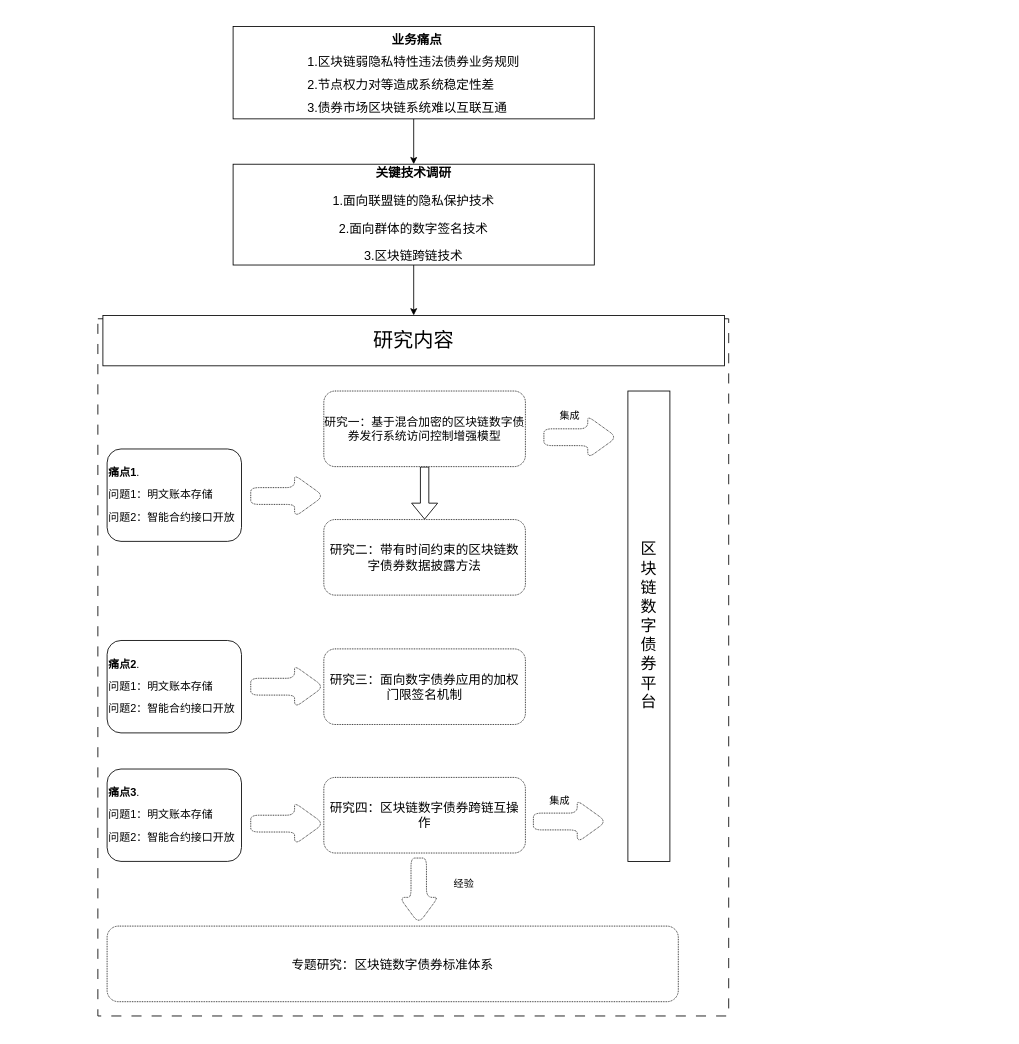
ldwaiwai/learn-chaincode keeps this draw.io diagram as 未命名绘图.drawio. Above is the earlier version. Source tidied: cells renumbered, new cells numbered last; positions are measured from the earlier drawing's top-left corner, leaving out a move shared by most shapes. Both pictures are drawn from the tidied source at 84%, with x=0, y=0 at pixel (97, 26).
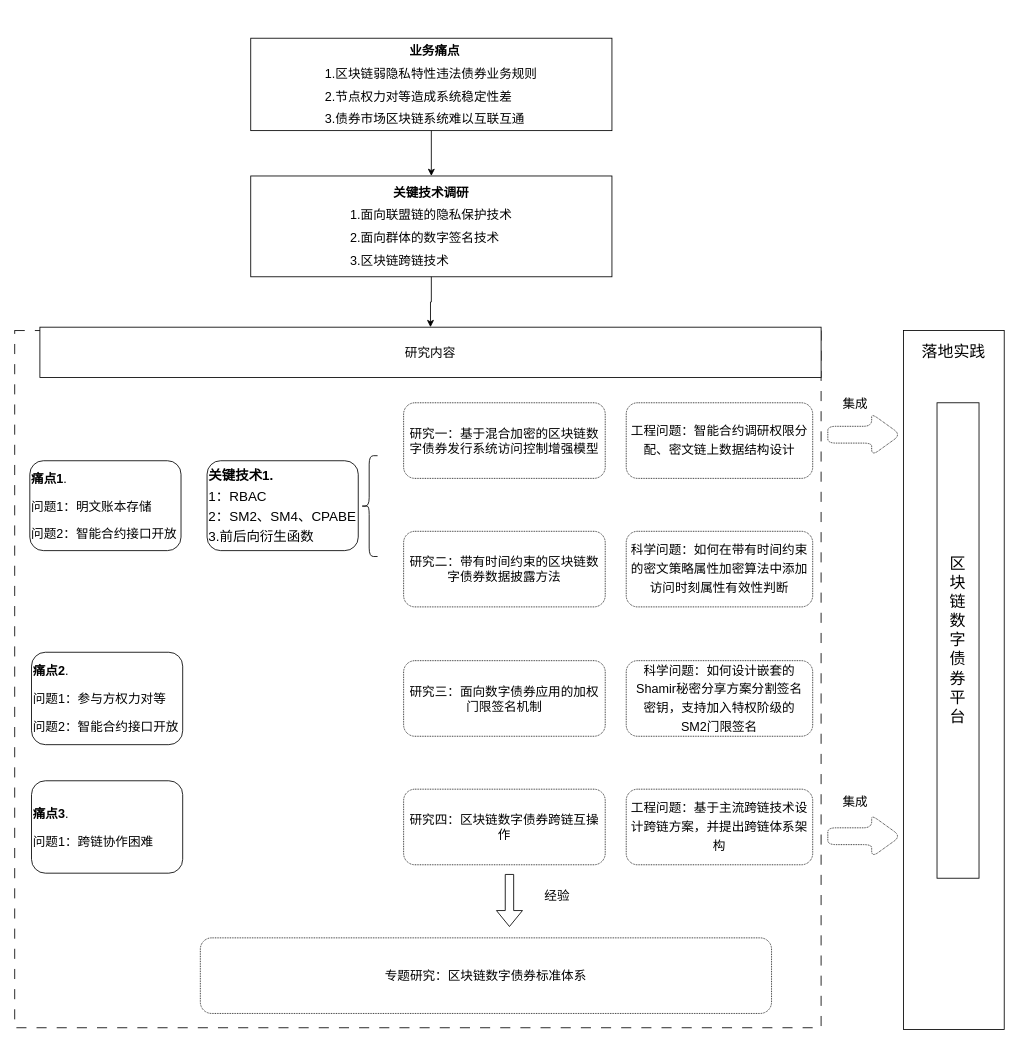
The same page after the edit.

Commit message:
更新未命名绘图.drawio

The edit, as a diff of the source:
```diff
@@
+    <mxCell id="3" value="&lt;p style=&quot;line-height: 190%;&quot;&gt;&lt;/p&gt;&lt;div style=&quot;line-height: 180%;&quot;&gt;&lt;b style=&quot;background-color: initial;&quot;&gt;&amp;nbsp; 业务痛点&lt;/b&gt;&lt;/div&gt;&lt;div style=&quot;text-align: justify; line-height: 180%;&quot;&gt;&lt;span style=&quot;background-color: initial;&quot;&gt;1.区块链弱隐私特性违法债券业务规则&lt;/span&gt;&lt;/div&gt;&lt;div style=&quot;text-align: justify; line-height: 180%;&quot;&gt;&lt;span style=&quot;background-color: initial;&quot;&gt;2.节点权力对等造成系统稳定性差&lt;/span&gt;&lt;/div&gt;&lt;div style=&quot;text-align: justify; line-height: 180%;&quot;&gt;&lt;span style=&quot;background-color: initial;&quot;&gt;3.债券市场区块链系统难以互联互通&lt;/span&gt;&lt;/div&gt;&lt;p&gt;&lt;/p&gt;" style="rounded=0;whiteSpace=wrap;html=1;align=center;fontSize=15;spacing=6;" parent="1" vertex="1">
+      <mxGeometry x="182" y="14" width="430" height="110" as="geometry" />
+    </mxCell>
+    <mxCell id="5" value="&lt;p style=&quot;line-height: 80%; font-size: 15px;&quot;&gt;&lt;font style=&quot;font-size: 15px;&quot;&gt;&lt;b style=&quot;font-size: 15px;&quot;&gt;关键技术调研&lt;/b&gt;&lt;/font&gt;&lt;/p&gt;&lt;p style=&quot;text-align: justify; line-height: 80%; font-size: 15px;&quot;&gt;&lt;span style=&quot;background-color: initial; font-size: 15px;&quot;&gt;1.面向联盟链的隐私保护技术&lt;/span&gt;&lt;/p&gt;&lt;p style=&quot;text-align: justify; line-height: 80%; font-size: 15px;&quot;&gt;&lt;span style=&quot;background-color: initial; font-size: 15px;&quot;&gt;2.面向群体的数字签名技术&lt;/span&gt;&lt;/p&gt;&lt;p style=&quot;text-align: justify; line-height: 80%; font-size: 15px;&quot;&gt;&lt;span style=&quot;background-color: initial;&quot;&gt;3.区块链跨链技术&lt;/span&gt;&lt;/p&gt;&lt;p style=&quot;font-size: 15px;&quot;&gt;&lt;/p&gt;" style="rounded=0;whiteSpace=wrap;html=1;fontSize=15;spacing=-2;align=center;" parent="1" vertex="1">
+      <mxGeometry x="182" y="178" width="430" height="120" as="geometry" />
+    </mxCell>
@@
-    <mxCell id="3" value="&lt;p style=&quot;line-height: 190%;&quot;&gt;&lt;/p&gt;&lt;div style=&quot;line-height: 180%;&quot;&gt;&lt;b style=&quot;background-color: initial;&quot;&gt;&amp;nbsp; 业务痛点&lt;/b&gt;&lt;/div&gt;&lt;div style=&quot;text-align: justify; line-height: 180%;&quot;&gt;&lt;span style=&quot;background-color: initial;&quot;&gt;1.区块链弱隐私特性违法债券业务规则&lt;/span&gt;&lt;/div&gt;&lt;div style=&quot;text-align: justify; line-height: 180%;&quot;&gt;&lt;span style=&quot;background-color: initial;&quot;&gt;2.节点权力对等造成系统稳定性差&lt;/span&gt;&lt;/div&gt;&lt;div style=&quot;text-align: justify; line-height: 180%;&quot;&gt;&lt;span style=&quot;background-color: initial;&quot;&gt;3.债券市场区块链系统难以互联互通&lt;/span&gt;&lt;/div&gt;&lt;p&gt;&lt;/p&gt;" style="rounded=0;whiteSpace=wrap;html=1;align=center;fontSize=15;spacing=6;" parent="1" vertex="1">
-      <mxGeometry x="161" width="430" height="110" as="geometry" />
-    </mxCell>
-    <mxCell id="4" style="edgeStyle=orthogonalEdgeStyle;rounded=0;jettySize=auto;html=1;" parent="1" edge="1" source="5" target="7">
-      <mxGeometry relative="1" as="geometry" />
-    </mxCell>
-    <mxCell id="5" value="&lt;p style=&quot;line-height: 120%;&quot;&gt;&lt;font style=&quot;font-size: 15px;&quot;&gt;&lt;b&gt;关键技术调研&lt;/b&gt;&lt;/font&gt;&lt;/p&gt;&lt;p style=&quot;line-height: 120%;&quot;&gt;&lt;span style=&quot;background-color: initial;&quot;&gt;1.面向联盟链的隐私保护技术&lt;/span&gt;&lt;/p&gt;&lt;p style=&quot;line-height: 120%;&quot;&gt;&lt;span style=&quot;background-color: initial; text-align: justify;&quot;&gt;2.面向群体的数字签名技术&lt;/span&gt;&lt;/p&gt;&lt;p style=&quot;line-height: 120%;&quot;&gt;&lt;span style=&quot;background-color: initial; text-align: justify;&quot;&gt;3.区块链跨链技术&lt;/span&gt;&lt;/p&gt;&lt;p&gt;&lt;/p&gt;" style="rounded=0;whiteSpace=wrap;html=1;fontSize=15;" parent="1" vertex="1">
-      <mxGeometry x="161" y="164" width="430" height="120" as="geometry" />
-    </mxCell>
-    <mxCell id="6" style="rounded=0;whiteSpace=wrap;html=1;dashed=1;dashPattern=12 12;" parent="1" vertex="1">
-      <mxGeometry y="348" width="751" height="830" as="geometry" />
+    <mxCell id="6" style="rounded=0;whiteSpace=wrap;html=1;dashed=1;dashPattern=12 12;fontSize=15;" parent="1" vertex="1">
+      <mxGeometry x="-99" y="362" width="960" height="830" as="geometry" />
     </mxCell>
-    <mxCell id="7" value="&lt;font style=&quot;font-size: 24px;&quot;&gt;研究内容&lt;/font&gt;" style="rounded=0;whiteSpace=wrap;html=1;" parent="1" vertex="1">
-      <mxGeometry x="6" y="344" width="740" height="60" as="geometry" />
+    <mxCell id="7" value="&lt;font style=&quot;font-size: 15px;&quot;&gt;研究内容&lt;/font&gt;" style="rounded=0;whiteSpace=wrap;html=1;fontSize=15;" parent="1" vertex="1">
+      <mxGeometry x="-69" y="358" width="930" height="60" as="geometry" />
     </mxCell>
-    <mxCell id="8" style="shape=flexArrow;endArrow=classic;html=1;rounded=0;exitX=0.5;exitY=1;exitDx=0;exitDy=0;" parent="1" edge="1" source="9" target="10">
-      <mxGeometry relative="1" as="geometry" />
-    </mxCell>
+    <mxCell id="4" style="edgeStyle=orthogonalEdgeStyle;rounded=0;jettySize=auto;html=1;fontSize=15;" parent="1" edge="1" source="5" target="7">
+      <mxGeometry relative="1" as="geometry" />
+    </mxCell>
-    <mxCell id="9" value="研究一：基于混合加密的区块链数字债券发行系统访问控制增强模型" style="rounded=1;whiteSpace=wrap;html=1;dashed=1;dashPattern=1 1;fontSize=14;" parent="1" vertex="1">
-      <mxGeometry x="269" y="434" width="240" height="90" as="geometry" />
+    <mxCell id="9" value="研究一：基于混合加密的区块链数字债券发行系统访问控制增强模型" style="rounded=1;whiteSpace=wrap;html=1;dashed=1;dashPattern=1 1;fontSize=15;" parent="1" vertex="1">
+      <mxGeometry x="364" y="448" width="240" height="90" as="geometry" />
     </mxCell>
     <mxCell id="10" value="研究二：带有时间约束的区块链数字债券数据披露方法" style="rounded=1;whiteSpace=wrap;html=1;dashed=1;dashPattern=1 1;fontSize=15;" parent="1" vertex="1">
-      <mxGeometry x="269" y="587" width="240" height="90" as="geometry" />
+      <mxGeometry x="364" y="601" width="240" height="90" as="geometry" />
     </mxCell>
+    <mxCell id="8" style="shape=flexArrow;endArrow=classic;html=1;rounded=0;exitX=0.5;exitY=1;exitDx=0;exitDy=0;fontSize=15;" parent="1" edge="1">
+      <mxGeometry relative="1" as="geometry">
+        <mxPoint x="490" y="1009" as="sourcePoint" />
+        <mxPoint x="490" y="1072" as="targetPoint" />
+      </mxGeometry>
+    </mxCell>
     <mxCell id="11" value="研究三：面向数字债券应用的加权门限签名机制" style="rounded=1;whiteSpace=wrap;html=1;dashed=1;dashPattern=1 1;fontSize=15;" parent="1" vertex="1">
-      <mxGeometry x="269" y="741" width="240" height="90" as="geometry" />
+      <mxGeometry x="364" y="755" width="240" height="90" as="geometry" />
     </mxCell>
     <mxCell id="12" value="研究四：区块链数字债券跨链互操作" style="rounded=1;whiteSpace=wrap;html=1;dashed=1;dashPattern=1 1;fontSize=15;" parent="1" vertex="1">
-      <mxGeometry x="269" y="894" width="240" height="90" as="geometry" />
+      <mxGeometry x="364" y="908" width="240" height="90" as="geometry" />
     </mxCell>
-    <mxCell id="13" value="&lt;p style=&quot;line-height: 220%;&quot;&gt;&lt;font style=&quot;font-size: 13px;&quot;&gt;&lt;b&gt;痛点1&lt;/b&gt;.&lt;br&gt;问题1：明文账本存储&lt;br&gt;问题2：智能合约接口开放&lt;/font&gt;&lt;/p&gt;" style="rounded=1;whiteSpace=wrap;html=1;align=left;" parent="1" vertex="1">
-      <mxGeometry x="11" y="503" width="160" height="110" as="geometry" />
+    <mxCell id="13" value="&lt;p style=&quot;line-height: 220%; font-size: 15px;&quot;&gt;&lt;font style=&quot;font-size: 15px;&quot;&gt;&lt;b style=&quot;font-size: 15px;&quot;&gt;痛点1&lt;/b&gt;.&lt;br style=&quot;font-size: 15px;&quot;&gt;问题1：明文账本存储&lt;br style=&quot;font-size: 15px;&quot;&gt;问题2：智能合约接口开放&lt;/font&gt;&lt;/p&gt;" style="rounded=1;whiteSpace=wrap;html=1;align=left;fontSize=15;" parent="1" vertex="1">
+      <mxGeometry x="-81" y="517" width="180" height="107" as="geometry" />
     </mxCell>
     <mxCell id="14" value="&lt;font style=&quot;font-size: 19px;&quot;&gt;区&lt;br&gt;块&lt;br&gt;链&lt;br&gt;数&lt;br&gt;字&lt;br&gt;债&lt;br&gt;券&lt;br&gt;平&lt;br&gt;台&lt;/font&gt;" style="rounded=0;whiteSpace=wrap;html=1;" parent="1" vertex="1">
-      <mxGeometry x="631" y="434" width="50" height="560" as="geometry" />
+      <mxGeometry x="999" y="448" width="50" height="566" as="geometry" />
     </mxCell>
-    <mxCell id="15" value="&lt;p style=&quot;line-height: 220%;&quot;&gt;&lt;font style=&quot;font-size: 13px;&quot;&gt;&lt;b&gt;痛点2&lt;/b&gt;.&lt;br&gt;问题1：明文账本存储&lt;br&gt;问题2：智能合约接口开放&lt;/font&gt;&lt;/p&gt;" style="rounded=1;whiteSpace=wrap;html=1;align=left;" parent="1" vertex="1">
-      <mxGeometry x="11" y="731" width="160" height="110" as="geometry" />
+    <mxCell id="15" value="&lt;p style=&quot;line-height: 220%; font-size: 15px;&quot;&gt;&lt;font style=&quot;font-size: 15px;&quot;&gt;&lt;b style=&quot;font-size: 15px;&quot;&gt;痛点2&lt;/b&gt;.&lt;br style=&quot;font-size: 15px;&quot;&gt;问题1：参与方权力对等&lt;br style=&quot;font-size: 15px;&quot;&gt;问题2：智能合约接口开放&lt;/font&gt;&lt;/p&gt;" style="rounded=1;whiteSpace=wrap;html=1;align=left;fontSize=15;" parent="1" vertex="1">
+      <mxGeometry x="-79" y="745" width="180" height="110" as="geometry" />
     </mxCell>
-    <mxCell id="16" value="&lt;p style=&quot;line-height: 220%;&quot;&gt;&lt;font style=&quot;font-size: 13px;&quot;&gt;&lt;b&gt;痛点3&lt;/b&gt;.&lt;br&gt;问题1：明文账本存储&lt;br&gt;问题2：智能合约接口开放&lt;/font&gt;&lt;/p&gt;" style="rounded=1;whiteSpace=wrap;html=1;align=left;" parent="1" vertex="1">
-      <mxGeometry x="11" y="884" width="160" height="110" as="geometry" />
+    <mxCell id="16" value="&lt;p style=&quot;line-height: 220%; font-size: 15px;&quot;&gt;&lt;font style=&quot;font-size: 15px;&quot;&gt;&lt;b style=&quot;font-size: 15px;&quot;&gt;痛点3&lt;/b&gt;.&lt;br style=&quot;font-size: 15px;&quot;&gt;问题1：跨链协作困难&lt;br&gt;&lt;/font&gt;&lt;/p&gt;" style="rounded=1;whiteSpace=wrap;html=1;align=left;fontSize=15;" parent="1" vertex="1">
+      <mxGeometry x="-79" y="898" width="180" height="110" as="geometry" />
     </mxCell>
     <mxCell id="17" style="shape=singleArrow;whiteSpace=wrap;html=1;arrowWidth=0.4;arrowSize=0.4;rounded=1;dashed=1;dashPattern=1 1;" parent="1" vertex="1">
-      <mxGeometry x="531" y="464" width="87" height="50" as="geometry" />
+      <mxGeometry x="869" y="461" width="87" height="50" as="geometry" />
     </mxCell>
-    <mxCell id="18" value="集成" style="rounded=0;whiteSpace=wrap;html=1;fillColor=none;strokeColor=none;" parent="1" vertex="1">
-      <mxGeometry x="537" y="449" width="50" height="30" as="geometry" />
+    <mxCell id="18" value="集成" style="rounded=0;whiteSpace=wrap;html=1;fillColor=none;strokeColor=none;fontSize=15;" parent="1" vertex="1">
+      <mxGeometry x="876.5" y="434" width="50" height="30" as="geometry" />
     </mxCell>
-    <mxCell id="19" style="shape=singleArrow;whiteSpace=wrap;html=1;arrowWidth=0.4;arrowSize=0.4;rounded=1;dashed=1;dashPattern=1 1;" parent="1" vertex="1">
-      <mxGeometry x="182" y="534" width="87" height="50" as="geometry" />
-    </mxCell>
-    <mxCell id="20" style="shape=singleArrow;whiteSpace=wrap;html=1;arrowWidth=0.4;arrowSize=0.4;rounded=1;dashed=1;dashPattern=1 1;" parent="1" vertex="1">
-      <mxGeometry x="182" y="761" width="87" height="50" as="geometry" />
-    </mxCell>
-    <mxCell id="21" style="shape=singleArrow;whiteSpace=wrap;html=1;arrowWidth=0.4;arrowSize=0.4;rounded=1;dashed=1;dashPattern=1 1;" parent="1" vertex="1">
-      <mxGeometry x="182" y="924" width="87" height="50" as="geometry" />
-    </mxCell>
     <mxCell id="22" style="shape=singleArrow;whiteSpace=wrap;html=1;arrowWidth=0.4;arrowSize=0.4;rounded=1;dashed=1;dashPattern=1 1;" parent="1" vertex="1">
-      <mxGeometry x="518.5" y="921.5" width="87" height="50" as="geometry" />
+      <mxGeometry x="869" y="939" width="87" height="50" as="geometry" />
     </mxCell>
+    <mxCell id="24" value="&lt;font style=&quot;font-size: 15px;&quot;&gt;专题研究：区块链数字债券标准体系&lt;/font&gt;" style="rounded=1;whiteSpace=wrap;html=1;dashed=1;dashPattern=1 1;fontSize=15;" parent="1" vertex="1">
+      <mxGeometry x="122" y="1085" width="680" height="90" as="geometry" />
+    </mxCell>
+    <mxCell id="27" style="rounded=0;whiteSpace=wrap;html=1;fillColor=none;labelBorderColor=none;" parent="1" vertex="1">
+      <mxGeometry x="959" y="362" width="120" height="832" as="geometry" />
+    </mxCell>
+    <mxCell id="26" value="&lt;font style=&quot;font-size: 15px;&quot;&gt;经验&lt;/font&gt;" style="rounded=0;whiteSpace=wrap;html=1;fillColor=none;strokeColor=none;fontSize=15;" parent="1" vertex="1">
+      <mxGeometry x="522" y="1020" width="50" height="30" as="geometry" />
+    </mxCell>
+    <mxCell id="28" value="&lt;font style=&quot;font-size: 19px;&quot;&gt;落地实践&lt;/font&gt;" style="rounded=0;whiteSpace=wrap;html=1;fillColor=none;strokeColor=none;" parent="1" vertex="1">
+      <mxGeometry x="979" y="373" width="80" height="30" as="geometry" />
+    </mxCell>
-    <mxCell id="23" value="集成" style="rounded=0;whiteSpace=wrap;html=1;fillColor=none;strokeColor=none;" parent="1" vertex="1">
-      <mxGeometry x="524.5" y="906.5" width="50" height="30" as="geometry" />
+    <mxCell id="23" value="集成" style="rounded=0;whiteSpace=wrap;html=1;fillColor=none;strokeColor=none;fontSize=15;" parent="1" vertex="1">
+      <mxGeometry x="876.5" y="908" width="50" height="30" as="geometry" />
     </mxCell>
-    <mxCell id="24" value="&lt;font style=&quot;font-size: 15px;&quot;&gt;专题研究：区块链数字债券标准体系&lt;/font&gt;" style="rounded=1;whiteSpace=wrap;html=1;dashed=1;dashPattern=1 1;" parent="1" vertex="1">
-      <mxGeometry x="11" y="1071" width="680" height="90" as="geometry" />
-    </mxCell>
-    <mxCell id="25" style="shape=singleArrow;whiteSpace=wrap;html=1;arrowWidth=0.4;arrowSize=0.4;rounded=1;dashed=1;dashPattern=1 1;rotation=90;" parent="1" vertex="1">
-      <mxGeometry x="343" y="1006" width="78" height="46" as="geometry" />
-    </mxCell>
-    <mxCell id="26" value="经验" style="rounded=0;whiteSpace=wrap;html=1;fillColor=none;strokeColor=none;" parent="1" vertex="1">
-      <mxGeometry x="411" y="1006" width="50" height="30" as="geometry" />
-    </mxCell>
+    <mxCell id="29" value="&lt;p style=&quot;line-height: 150%; font-size: 15px;&quot;&gt;工程问题：智能合约调研权限分配、密文链上数据结构设计&lt;/p&gt;" style="rounded=1;whiteSpace=wrap;html=1;dashed=1;dashPattern=1 1;fontSize=15;" parent="1" vertex="1">
+      <mxGeometry x="629" y="448" width="222" height="90" as="geometry" />
+    </mxCell>
+    <mxCell id="30" value="&lt;p style=&quot;line-height: 150%; font-size: 15px;&quot;&gt;科学问题：如何在带有时间约束的密文策略属性加密算法中添加访问时刻属性有效性判断&lt;/p&gt;" style="rounded=1;whiteSpace=wrap;html=1;dashed=1;dashPattern=1 1;fontSize=15;spacing=7;" parent="1" vertex="1">
+      <mxGeometry x="629" y="601" width="222" height="90" as="geometry" />
+    </mxCell>
+    <mxCell id="31" value="&lt;p style=&quot;line-height: 150%; font-size: 15px;&quot;&gt;科学问题：如何设计嵌套的Shamir秘密分享方案分割签名密钥，支持加入特权阶级的SM2门限签名&lt;/p&gt;" style="rounded=1;whiteSpace=wrap;html=1;dashed=1;dashPattern=1 1;fontSize=15;spacing=7;" parent="1" vertex="1">
+      <mxGeometry x="629" y="755" width="222" height="90" as="geometry" />
+    </mxCell>
+    <mxCell id="32" value="&lt;p style=&quot;line-height: 150%; font-size: 15px;&quot;&gt;工程问题：基于主流跨链技术设计跨链方案，并提出跨链体系架构&lt;/p&gt;" style="rounded=1;whiteSpace=wrap;html=1;dashed=1;dashPattern=1 1;fontSize=15;" parent="1" vertex="1">
+      <mxGeometry x="629" y="908" width="222" height="90" as="geometry" />
+    </mxCell>
+    <mxCell id="33" style="shape=curlyBracket;whiteSpace=wrap;html=1;rounded=1;labelPosition=left;verticalLabelPosition=middle;align=right;verticalAlign=middle;fontSize=15;" parent="1" vertex="1">
+      <mxGeometry x="313" y="511" width="20" height="120" as="geometry" />
+    </mxCell>
+    <mxCell id="34" value="&lt;p style=&quot;line-height: 150%; font-size: 16px;&quot;&gt;&lt;b&gt;关键技术1.&lt;br&gt;&lt;/b&gt;1：RBAC&lt;br&gt;2：SM2、SM4、CPABE&lt;br&gt;3.前后向衍生函数&lt;/p&gt;" style="rounded=1;whiteSpace=wrap;html=1;align=left;spacing=2;" parent="1" vertex="1">
+      <mxGeometry x="130" y="517" width="180" height="107" as="geometry" />
+    </mxCell>
```
